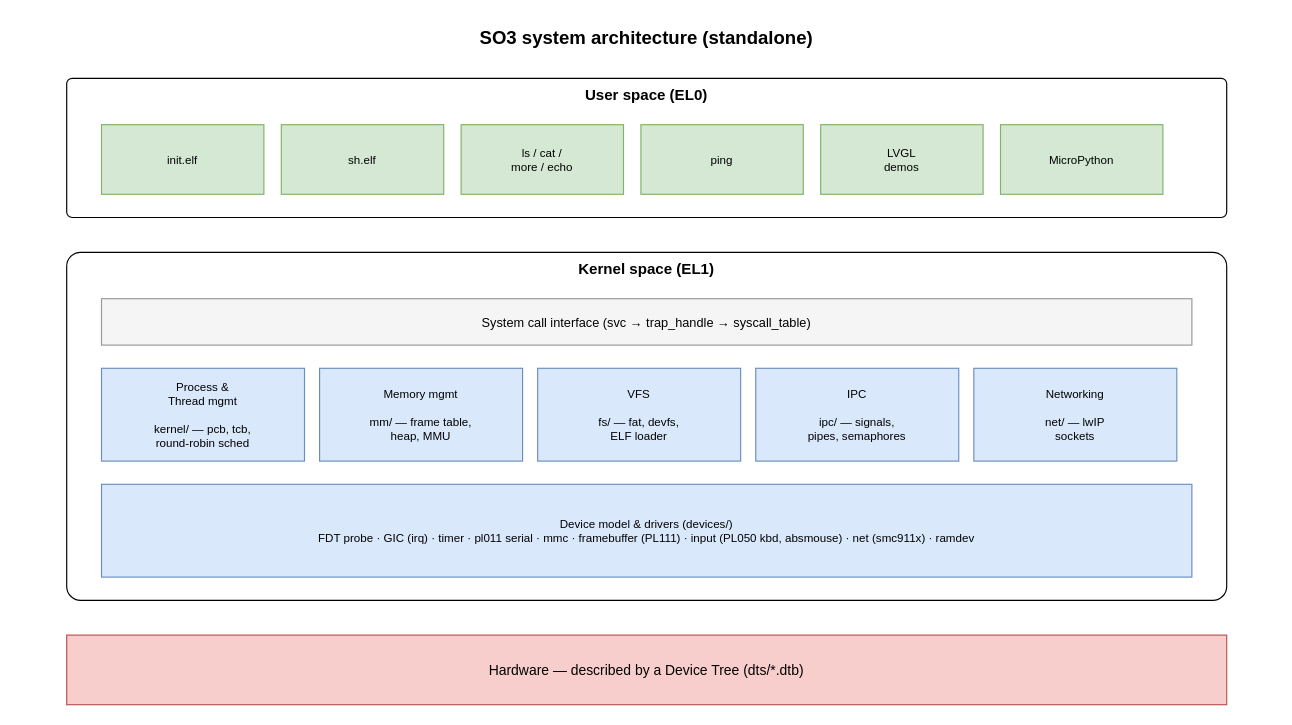
smartobjectoriented/so3 keeps this draw.io diagram as page "architecture" (2 of 11) of doc/source/img/so3.drawio. Above is the earlier version. Source tidied: cells renumbered, new cells numbered last; positions are measured from the earlier drawing's top-left corner, leaving out a move shared by most shapes. Both pictures are drawn from the tidied source at 116%, with x=0, y=0 at pixel (20, 20).
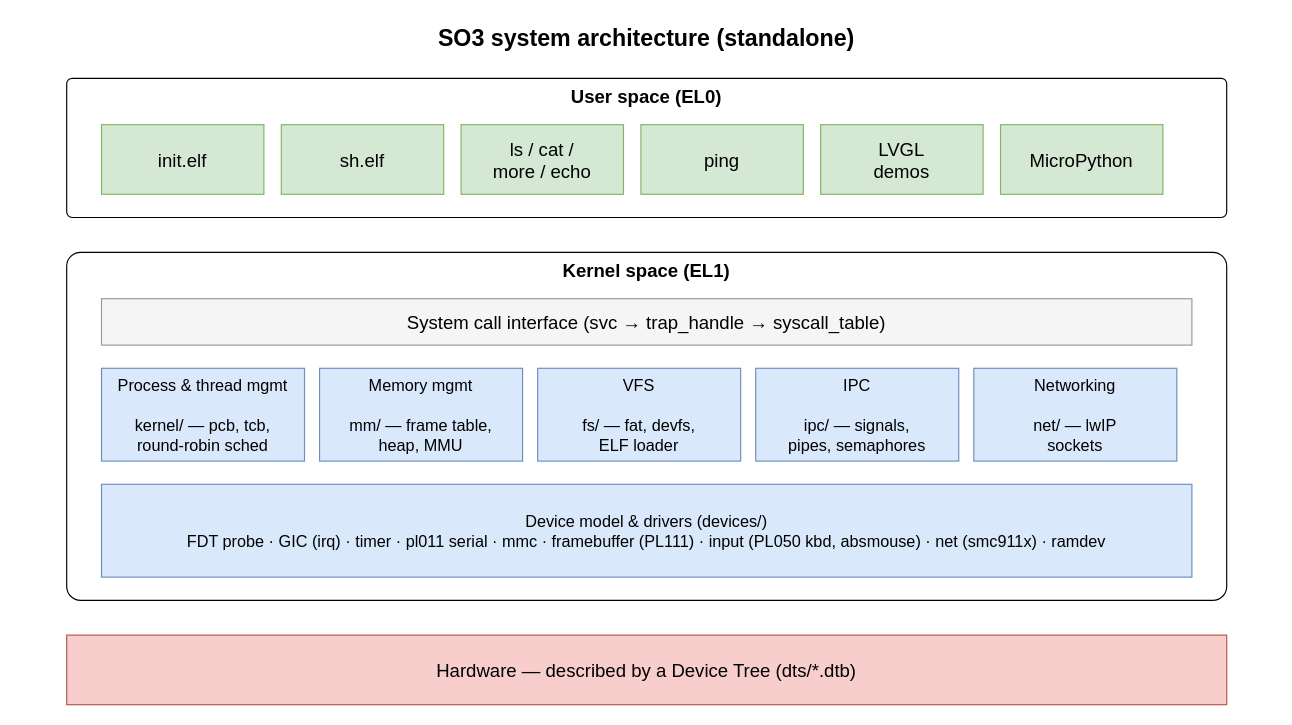
After the change.

What changed in the source:
```diff
@@
 <mxGraphModel>
   <root>
     <mxCell id="0" />
     <mxCell id="1" parent="0" />
-    <mxCell id="2" value="SO3 system architecture (standalone)" style="text;html=1;whiteSpace=wrap;align=center;verticalAlign=middle;fontSize=16;fontStyle=1;" parent="1" vertex="1">
+    <mxCell id="2" value="SO3 system architecture (standalone)" style="text;html=1;whiteSpace=wrap;align=center;verticalAlign=middle;fontSize=20;fontStyle=1;" parent="1" vertex="1">
       <mxGeometry width="1080" height="30" as="geometry" />
     </mxCell>
-    <mxCell id="3" value="User space  (EL0)" style="rounded=1;whiteSpace=wrap;html=1;arcSize=4;verticalAlign=top;fontStyle=1;fontSize=13;fontStyle=1;" parent="1" vertex="1">
+    <mxCell id="3" value="User space  (EL0)" style="rounded=1;whiteSpace=wrap;html=1;arcSize=4;verticalAlign=top;fontStyle=1;fontSize=16;fontStyle=1;" parent="1" vertex="1">
       <mxGeometry x="40" y="50" width="1000" height="120" as="geometry" />
     </mxCell>
-    <mxCell id="4" value="init.elf" style="fillColor=#d5e8d4;strokeColor=#82b366;fontSize=10;" parent="1" vertex="1">
+    <mxCell id="4" value="init.elf" style="fillColor=#d5e8d4;strokeColor=#82b366;fontSize=16;" parent="1" vertex="1">
       <mxGeometry x="70" y="90" width="140" height="60" as="geometry" />
     </mxCell>
-    <mxCell id="5" value="sh.elf" style="fillColor=#d5e8d4;strokeColor=#82b366;fontSize=10;" parent="1" vertex="1">
+    <mxCell id="5" value="sh.elf" style="fillColor=#d5e8d4;strokeColor=#82b366;fontSize=16;" parent="1" vertex="1">
       <mxGeometry x="225" y="90" width="140" height="60" as="geometry" />
     </mxCell>
-    <mxCell id="6" value="ls / cat /&#10;more / echo" style="fillColor=#d5e8d4;strokeColor=#82b366;fontSize=10;" parent="1" vertex="1">
+    <mxCell id="6" value="ls / cat /&#10;more / echo" style="fillColor=#d5e8d4;strokeColor=#82b366;fontSize=16;" parent="1" vertex="1">
       <mxGeometry x="380" y="90" width="140" height="60" as="geometry" />
     </mxCell>
-    <mxCell id="7" value="ping" style="fillColor=#d5e8d4;strokeColor=#82b366;fontSize=10;" parent="1" vertex="1">
+    <mxCell id="7" value="ping" style="fillColor=#d5e8d4;strokeColor=#82b366;fontSize=16;" parent="1" vertex="1">
       <mxGeometry x="535" y="90" width="140" height="60" as="geometry" />
     </mxCell>
-    <mxCell id="8" value="LVGL&#10;demos" style="fillColor=#d5e8d4;strokeColor=#82b366;fontSize=10;" parent="1" vertex="1">
+    <mxCell id="8" value="LVGL&#10;demos" style="fillColor=#d5e8d4;strokeColor=#82b366;fontSize=16;" parent="1" vertex="1">
       <mxGeometry x="690" y="90" width="140" height="60" as="geometry" />
     </mxCell>
-    <mxCell id="9" value="MicroPython" style="fillColor=#d5e8d4;strokeColor=#82b366;fontSize=10;" parent="1" vertex="1">
+    <mxCell id="9" value="MicroPython" style="fillColor=#d5e8d4;strokeColor=#82b366;fontSize=16;" parent="1" vertex="1">
       <mxGeometry x="845" y="90" width="140" height="60" as="geometry" />
     </mxCell>
-    <mxCell id="10" value="Kernel space  (EL1)" style="rounded=1;whiteSpace=wrap;html=1;arcSize=4;verticalAlign=top;fontStyle=1;fontSize=13;fontStyle=1;" parent="1" vertex="1">
+    <mxCell id="10" value="Kernel space  (EL1)" style="rounded=1;whiteSpace=wrap;html=1;arcSize=4;verticalAlign=top;fontStyle=1;fontSize=16;fontStyle=1;" parent="1" vertex="1">
       <mxGeometry x="40" y="200" width="1000" height="300" as="geometry" />
     </mxCell>
-    <mxCell id="11" value="System call interface  (svc → trap_handle → syscall_table)" style="fillColor=#f5f5f5;strokeColor=#999999;fontSize=11;" parent="1" vertex="1">
+    <mxCell id="11" value="System call interface  (svc → trap_handle → syscall_table)" style="fillColor=#f5f5f5;strokeColor=#999999;fontSize=16;" parent="1" vertex="1">
       <mxGeometry x="70" y="240" width="940" height="40" as="geometry" />
     </mxCell>
-    <mxCell id="12" value="Process &amp;&#10;Thread mgmt&#10;&#10;kernel/ — pcb, tcb,&#10;round-robin sched" style="fillColor=#dae8fc;strokeColor=#6c8ebf;fontSize=10;" parent="1" vertex="1">
+    <mxCell id="12" value="Process &amp; thread mgmt&#10;&#10;kernel/ — pcb, tcb,&#10;round-robin sched" style="fillColor=#dae8fc;strokeColor=#6c8ebf;fontSize=14;" parent="1" vertex="1">
       <mxGeometry x="70" y="300" width="175" height="80" as="geometry" />
     </mxCell>
-    <mxCell id="13" value="Memory mgmt&#10;&#10;mm/ — frame table,&#10;heap, MMU" style="fillColor=#dae8fc;strokeColor=#6c8ebf;fontSize=10;" parent="1" vertex="1">
+    <mxCell id="13" value="Memory mgmt&#10;&#10;mm/ — frame table,&#10;heap, MMU" style="fillColor=#dae8fc;strokeColor=#6c8ebf;fontSize=14;" parent="1" vertex="1">
       <mxGeometry x="258" y="300" width="175" height="80" as="geometry" />
     </mxCell>
-    <mxCell id="14" value="VFS&#10;&#10;fs/ — fat, devfs,&#10;ELF loader" style="fillColor=#dae8fc;strokeColor=#6c8ebf;fontSize=10;" parent="1" vertex="1">
+    <mxCell id="14" value="VFS&#10;&#10;fs/ — fat, devfs,&#10;ELF loader" style="fillColor=#dae8fc;strokeColor=#6c8ebf;fontSize=14;" parent="1" vertex="1">
       <mxGeometry x="446" y="300" width="175" height="80" as="geometry" />
     </mxCell>
-    <mxCell id="15" value="IPC&#10;&#10;ipc/ — signals,&#10;pipes, semaphores" style="fillColor=#dae8fc;strokeColor=#6c8ebf;fontSize=10;" parent="1" vertex="1">
+    <mxCell id="15" value="IPC&#10;&#10;ipc/ — signals,&#10;pipes, semaphores" style="fillColor=#dae8fc;strokeColor=#6c8ebf;fontSize=14;" parent="1" vertex="1">
       <mxGeometry x="634" y="300" width="175" height="80" as="geometry" />
     </mxCell>
-    <mxCell id="16" value="Networking&#10;&#10;net/ — lwIP&#10;sockets" style="fillColor=#dae8fc;strokeColor=#6c8ebf;fontSize=10;" parent="1" vertex="1">
+    <mxCell id="16" value="Networking&#10;&#10;net/ — lwIP&#10;sockets" style="fillColor=#dae8fc;strokeColor=#6c8ebf;fontSize=14;" parent="1" vertex="1">
       <mxGeometry x="822" y="300" width="175" height="80" as="geometry" />
     </mxCell>
-    <mxCell id="17" value="Device model &amp; drivers   (devices/)&#10;FDT probe · GIC (irq) · timer · pl011 serial · mmc · framebuffer (PL111) · input (PL050 kbd, absmouse) · net (smc911x) · ramdev" style="fillColor=#dae8fc;strokeColor=#6c8ebf;fontSize=10;" parent="1" vertex="1">
+    <mxCell id="17" value="Device model &amp; drivers   (devices/)&#10;FDT probe · GIC (irq) · timer · pl011 serial · mmc · framebuffer (PL111) · input (PL050 kbd, absmouse) · net (smc911x) · ramdev" style="fillColor=#dae8fc;strokeColor=#6c8ebf;fontSize=14;" parent="1" vertex="1">
       <mxGeometry x="70" y="400" width="940" height="80" as="geometry" />
     </mxCell>
-    <mxCell id="18" value="Hardware  —  described by a Device Tree (dts/*.dtb)" style="fillColor=#f8cecc;strokeColor=#b85450;fontSize=12;" parent="1" vertex="1">
+    <mxCell id="18" value="Hardware  —  described by a Device Tree (dts/*.dtb)" style="fillColor=#f8cecc;strokeColor=#b85450;fontSize=16;" parent="1" vertex="1">
       <mxGeometry x="40" y="530" width="1000" height="60" as="geometry" />
     </mxCell>
   </root>
 </mxGraphModel>
```
